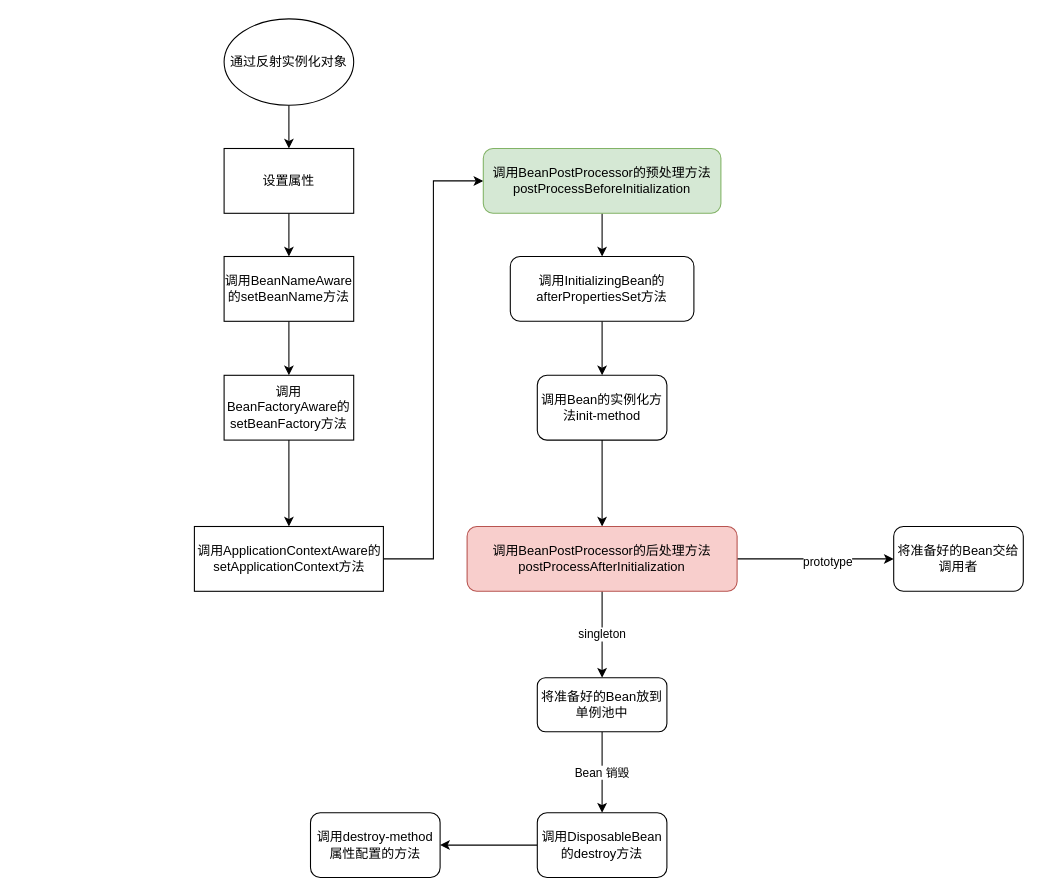
This is page "SpringBean生命周期" (3 of 3) of LaGouTrain.drawio from juesuchen/diagrams, a draw.io file, before an edit. Source tidied: cells renumbered, new cells numbered last; positions are measured from the earlier drawing's top-left corner, leaving out a move shared by most shapes. Both pictures are drawn from the tidied source at 108%, with x=0, y=0 at pixel (193, 18).
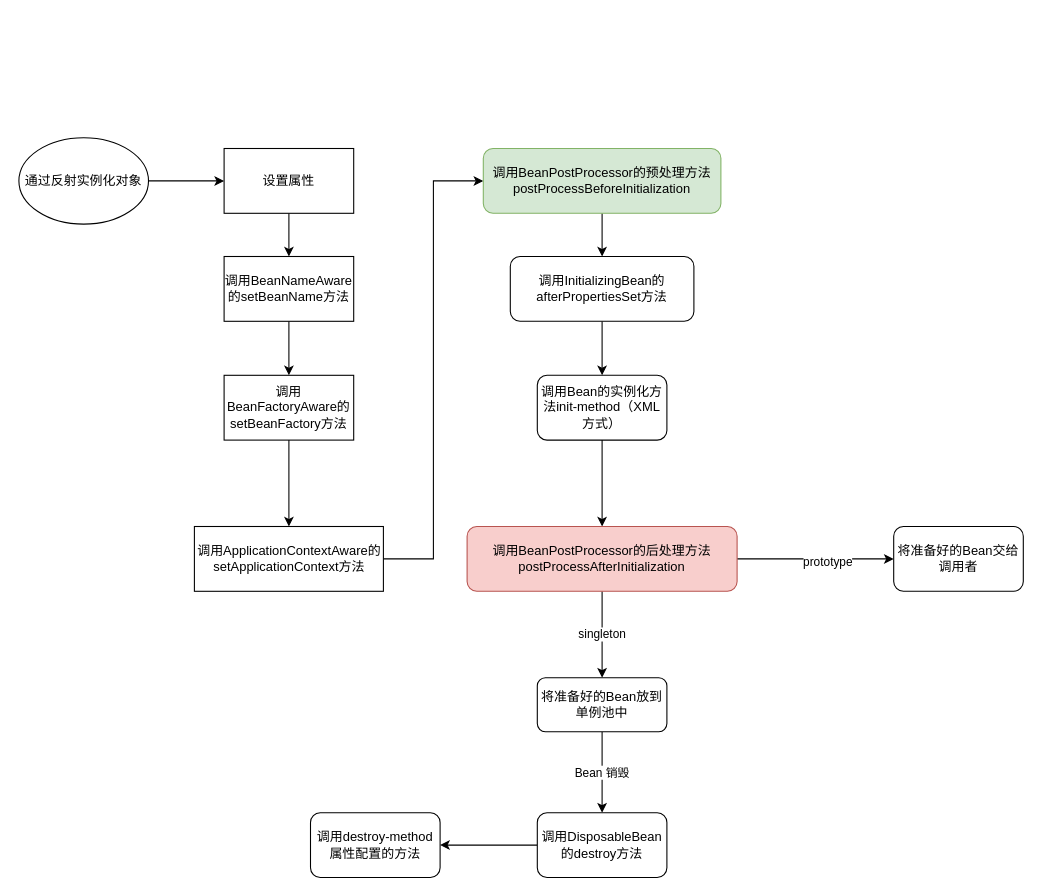
The same diagram, later.

The edit, as a diff of the source:
```diff
@@
     <mxCell id="3" value="通过反射实例化对象" style="ellipse;whiteSpace=wrap;html=1;" parent="1" vertex="1">
-      <mxGeometry x="28" width="120" height="80" as="geometry" />
+      <mxGeometry x="-162" y="110" width="120" height="80" as="geometry" />
     </mxCell>
@@
-    <mxCell id="15" value="调用Bean的实例化方法init-method" style="whiteSpace=wrap;html=1;rounded=1;" parent="1" vertex="1">
+    <mxCell id="15" value="调用Bean的实例化方法init-method（XML方式）" style="whiteSpace=wrap;html=1;rounded=1;" parent="1" vertex="1">
       <mxGeometry x="318" y="330" width="120" height="60" as="geometry" />
     </mxCell>
```
